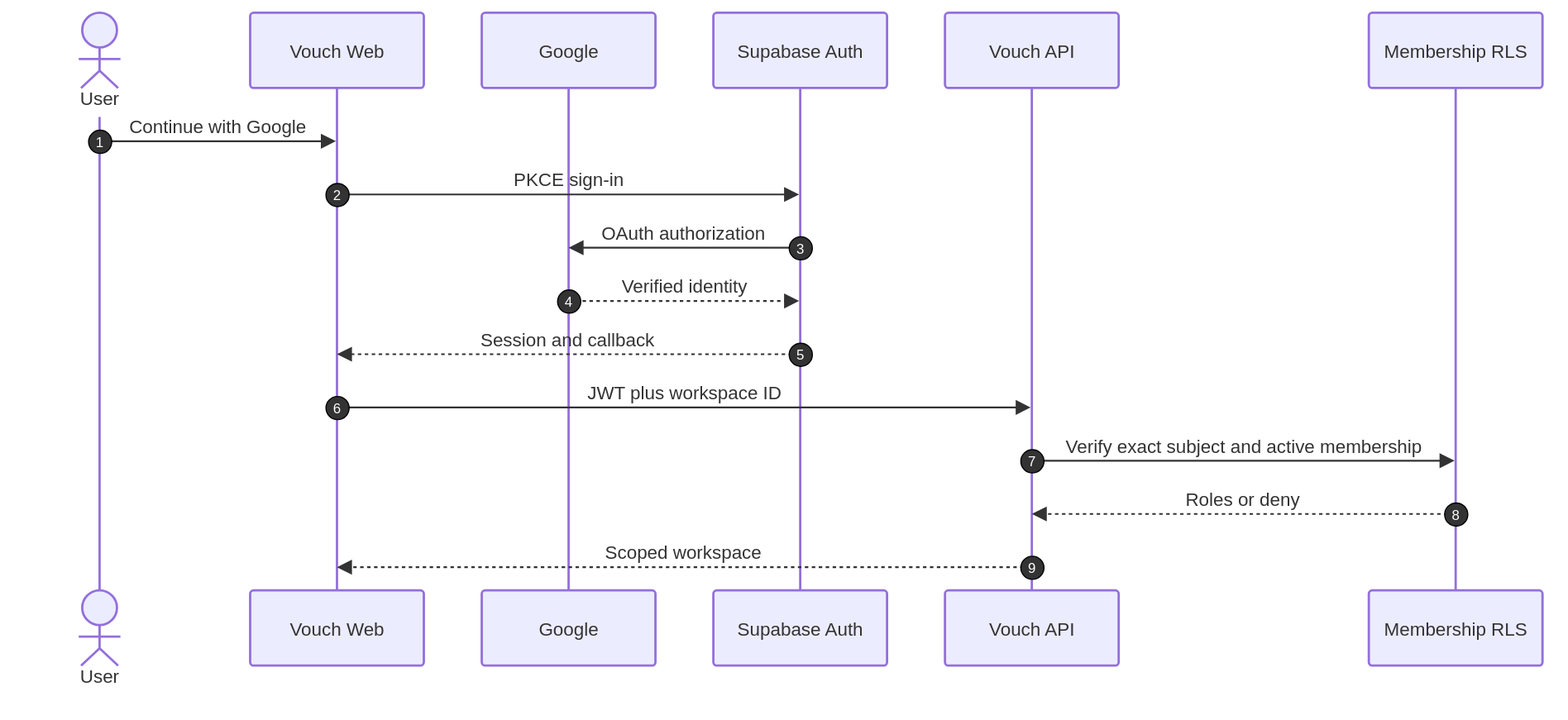
The draw.io diagram docs/diagrams/04-auth-onboarding.drawio.svg in Alivestars24/Vouch, before a commit. Source tidied: cells renumbered, new cells last; positions are measured from the earlier drawing's top-left corner, leaving out a move shared by most shapes.
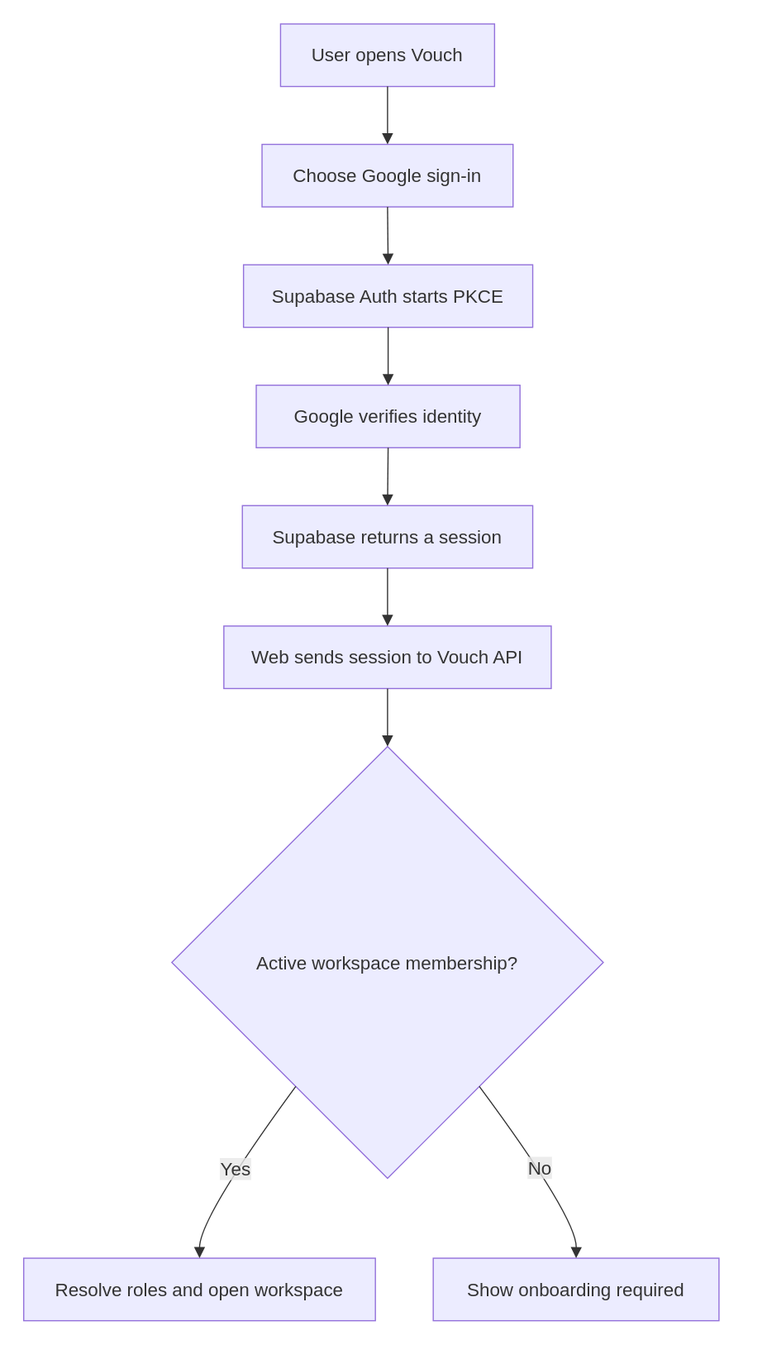
Later version of the same file.

What changed in the source:
```diff
@@ -2,113 +2,64 @@
   <root>
     <mxCell id="0" />
     <mxCell id="1" parent="0" />
-    <mxCell id="2" value="User" style="html=1;shape=umlLifeline;perimeter=lifelinePerimeter;whiteSpace=wrap;outlineConnect=0;portConstraint=eastwest;newEdgeStyle={&quot;edgeStyle&quot;:&quot;sequenceEdgeStyle&quot;,&quot;libavoidRouting&quot;:0,&quot;curved&quot;:0,&quot;rounded&quot;:0};lifelineDashed=0;strokeWidth=2;rounded=1;absoluteArcSize=1;arcSize=6;lifelineColor=light-dark(#9370DB,#cccccc);participant=seqActorStick;verticalAlign=bottom;align=center;spacingBottom=4;size=90;lifelineMirror=1;fillColor=light-dark(#ECECFF,#1f2020);strokeColor=light-dark(#9370DB,#cccccc);fontColor=light-dark(#333333,#cccccc);fontFamily=Trebuchet MS,Verdana,Arial,sans-serif;fontSize=16;" parent="1" vertex="1">
-      <mxGeometry width="150" height="589" as="geometry" />
+    <mxCell id="2" value="User opens Vouch" style="html=1;whiteSpace=wrap;strokeWidth=1;fillColor=light-dark(#ECECFF,#1f2020);strokeColor=light-dark(#9370DB,#cccccc);fontColor=light-dark(#333333,#cccccc);fontFamily=Trebuchet MS,Verdana,Arial,sans-serif;fontSize=16;" parent="1" vertex="1">
+      <mxGeometry x="230" y="8" width="185" height="54" as="geometry" />
     </mxCell>
-    <mxCell id="3" value="Vouch Web" style="html=1;shape=umlLifeline;perimeter=lifelinePerimeter;whiteSpace=wrap;outlineConnect=0;portConstraint=eastwest;newEdgeStyle={&quot;edgeStyle&quot;:&quot;sequenceEdgeStyle&quot;,&quot;libavoidRouting&quot;:0,&quot;curved&quot;:0,&quot;rounded&quot;:0};lifelineDashed=0;strokeWidth=2;rounded=1;absoluteArcSize=1;arcSize=6;lifelineColor=light-dark(#9370DB,#cccccc);size=65;lifelineMirror=1;fillColor=light-dark(#ECECFF,#1f2020);strokeColor=light-dark(#9370DB,#cccccc);fontColor=light-dark(#333333,#cccccc);fontFamily=Trebuchet MS,Verdana,Arial,sans-serif;fontSize=16;" parent="1" vertex="1">
-      <mxGeometry x="205" width="150" height="564" as="geometry" />
+    <mxCell id="3" value="Choose Google sign-in" style="html=1;whiteSpace=wrap;strokeWidth=1;fillColor=light-dark(#ECECFF,#1f2020);strokeColor=light-dark(#9370DB,#cccccc);fontColor=light-dark(#333333,#cccccc);fontFamily=Trebuchet MS,Verdana,Arial,sans-serif;fontSize=16;" parent="1" vertex="1">
+      <mxGeometry x="214" y="112" width="217" height="54" as="geometry" />
     </mxCell>
-    <mxCell id="4" value="Google" style="html=1;shape=umlLifeline;perimeter=lifelinePerimeter;whiteSpace=wrap;outlineConnect=0;portConstraint=eastwest;newEdgeStyle={&quot;edgeStyle&quot;:&quot;sequenceEdgeStyle&quot;,&quot;libavoidRouting&quot;:0,&quot;curved&quot;:0,&quot;rounded&quot;:0};lifelineDashed=0;strokeWidth=2;rounded=1;absoluteArcSize=1;arcSize=6;lifelineColor=light-dark(#9370DB,#cccccc);size=65;lifelineMirror=1;fillColor=light-dark(#ECECFF,#1f2020);strokeColor=light-dark(#9370DB,#cccccc);fontColor=light-dark(#333333,#cccccc);fontFamily=Trebuchet MS,Verdana,Arial,sans-serif;fontSize=16;" parent="1" vertex="1">
-      <mxGeometry x="405" width="150" height="564" as="geometry" />
+    <mxCell id="4" value="Supabase Auth starts PKCE" style="html=1;whiteSpace=wrap;strokeWidth=1;fillColor=light-dark(#ECECFF,#1f2020);strokeColor=light-dark(#9370DB,#cccccc);fontColor=light-dark(#333333,#cccccc);fontFamily=Trebuchet MS,Verdana,Arial,sans-serif;fontSize=16;" parent="1" vertex="1">
+      <mxGeometry x="198" y="216" width="250" height="54" as="geometry" />
     </mxCell>
-    <mxCell id="5" value="Supabase Auth" style="html=1;shape=umlLifeline;perimeter=lifelinePerimeter;whiteSpace=wrap;outlineConnect=0;portConstraint=eastwest;newEdgeStyle={&quot;edgeStyle&quot;:&quot;sequenceEdgeStyle&quot;,&quot;libavoidRouting&quot;:0,&quot;curved&quot;:0,&quot;rounded&quot;:0};lifelineDashed=0;strokeWidth=2;rounded=1;absoluteArcSize=1;arcSize=6;lifelineColor=light-dark(#9370DB,#cccccc);size=65;lifelineMirror=1;fillColor=light-dark(#ECECFF,#1f2020);strokeColor=light-dark(#9370DB,#cccccc);fontColor=light-dark(#333333,#cccccc);fontFamily=Trebuchet MS,Verdana,Arial,sans-serif;fontSize=16;" parent="1" vertex="1">
-      <mxGeometry x="605" width="150" height="564" as="geometry" />
+    <mxCell id="5" value="Google verifies identity" style="html=1;whiteSpace=wrap;strokeWidth=1;fillColor=light-dark(#ECECFF,#1f2020);strokeColor=light-dark(#9370DB,#cccccc);fontColor=light-dark(#333333,#cccccc);fontFamily=Trebuchet MS,Verdana,Arial,sans-serif;fontSize=16;" parent="1" vertex="1">
+      <mxGeometry x="209" y="320" width="228" height="54" as="geometry" />
     </mxCell>
-    <mxCell id="6" value="Vouch API" style="html=1;shape=umlLifeline;perimeter=lifelinePerimeter;whiteSpace=wrap;outlineConnect=0;portConstraint=eastwest;newEdgeStyle={&quot;edgeStyle&quot;:&quot;sequenceEdgeStyle&quot;,&quot;libavoidRouting&quot;:0,&quot;curved&quot;:0,&quot;rounded&quot;:0};lifelineDashed=0;strokeWidth=2;rounded=1;absoluteArcSize=1;arcSize=6;lifelineColor=light-dark(#9370DB,#cccccc);size=65;lifelineMirror=1;fillColor=light-dark(#ECECFF,#1f2020);strokeColor=light-dark(#9370DB,#cccccc);fontColor=light-dark(#333333,#cccccc);fontFamily=Trebuchet MS,Verdana,Arial,sans-serif;fontSize=16;" parent="1" vertex="1">
-      <mxGeometry x="805" width="150" height="564" as="geometry" />
+    <mxCell id="6" value="Supabase returns a session" style="html=1;whiteSpace=wrap;strokeWidth=1;fillColor=light-dark(#ECECFF,#1f2020);strokeColor=light-dark(#9370DB,#cccccc);fontColor=light-dark(#333333,#cccccc);fontFamily=Trebuchet MS,Verdana,Arial,sans-serif;fontSize=16;" parent="1" vertex="1">
+      <mxGeometry x="197" y="424" width="251" height="54" as="geometry" />
     </mxCell>
-    <mxCell id="7" value="Membership RLS" style="html=1;shape=umlLifeline;perimeter=lifelinePerimeter;whiteSpace=wrap;outlineConnect=0;portConstraint=eastwest;newEdgeStyle={&quot;edgeStyle&quot;:&quot;sequenceEdgeStyle&quot;,&quot;libavoidRouting&quot;:0,&quot;curved&quot;:0,&quot;rounded&quot;:0};lifelineDashed=0;strokeWidth=2;rounded=1;absoluteArcSize=1;arcSize=6;lifelineColor=light-dark(#9370DB,#cccccc);size=65;lifelineMirror=1;fillColor=light-dark(#ECECFF,#1f2020);strokeColor=light-dark(#9370DB,#cccccc);fontColor=light-dark(#333333,#cccccc);fontFamily=Trebuchet MS,Verdana,Arial,sans-serif;fontSize=16;" parent="1" vertex="1">
-      <mxGeometry x="1171" width="150" height="564" as="geometry" />
+    <mxCell id="7" value="Web sends session to Vouch API" style="html=1;whiteSpace=wrap;strokeWidth=1;fillColor=light-dark(#ECECFF,#1f2020);strokeColor=light-dark(#9370DB,#cccccc);fontColor=light-dark(#333333,#cccccc);fontFamily=Trebuchet MS,Verdana,Arial,sans-serif;fontSize=16;" parent="1" vertex="1">
+      <mxGeometry x="181" y="528" width="283" height="54" as="geometry" />
     </mxCell>
-    <mxCell id="8" value="Continue with Google" style="endArrow=block;endSize=9;verticalAlign=bottom;spacingBottom=2;edgeStyle=sequenceEdgeStyle;libavoidRouting=0;curved=0;rounded=0;fontSize=16;labelBackgroundColor=none;strokeWidth=1.5;strokeColor=light-dark(#333333,#cccccc);fontColor=light-dark(#333333,#cccccc);fontFamily=Trebuchet MS,Verdana,Arial,sans-serif;" parent="1" edge="1" source="2" target="3">
-      <mxGeometry relative="1" as="geometry">
-        <Array as="points">
-          <mxPoint x="178" y="111" />
-        </Array>
-      </mxGeometry>
+    <mxCell id="8" value="Active workspace membership?" style="rhombus;html=1;strokeWidth=1;whiteSpace=wrap;fillColor=light-dark(#ECECFF,#1f2020);strokeColor=light-dark(#9370DB,#cccccc);fontColor=light-dark(#333333,#cccccc);fontFamily=Trebuchet MS,Verdana,Arial,sans-serif;fontSize=16;" parent="1" vertex="1">
+      <mxGeometry x="136" y="632" width="373" height="373" as="geometry" />
     </mxCell>
-    <mxCell id="9" value="1" style="ellipse;fillColor=light-dark(#333333,#cccccc);align=center;verticalAlign=middle;fontColor=light-dark(#FFFFFF,#333333);fontSize=12;" parent="1" vertex="1">
-      <mxGeometry x="65" y="101" width="20" height="20" as="geometry" />
+    <mxCell id="9" value="Resolve roles and open workspace" style="html=1;whiteSpace=wrap;strokeWidth=1;fillColor=light-dark(#ECECFF,#1f2020);strokeColor=light-dark(#9370DB,#cccccc);fontColor=light-dark(#333333,#cccccc);fontFamily=Trebuchet MS,Verdana,Arial,sans-serif;fontSize=16;" parent="1" vertex="1">
+      <mxGeometry x="8" y="1074" width="304" height="54" as="geometry" />
     </mxCell>
-    <mxCell id="10" value="PKCE sign-in" style="endArrow=block;endSize=9;verticalAlign=bottom;spacingBottom=2;edgeStyle=sequenceEdgeStyle;libavoidRouting=0;curved=0;rounded=0;fontSize=16;labelBackgroundColor=none;strokeWidth=1.5;strokeColor=light-dark(#333333,#cccccc);fontColor=light-dark(#333333,#cccccc);fontFamily=Trebuchet MS,Verdana,Arial,sans-serif;" parent="1" edge="1" source="3" target="5">
-      <mxGeometry relative="1" as="geometry">
-        <Array as="points">
-          <mxPoint x="480" y="157" />
-        </Array>
-      </mxGeometry>
+    <mxCell id="10" value="Show onboarding required" style="html=1;whiteSpace=wrap;strokeWidth=1;fillColor=light-dark(#ECECFF,#1f2020);strokeColor=light-dark(#9370DB,#cccccc);fontColor=light-dark(#333333,#cccccc);fontFamily=Trebuchet MS,Verdana,Arial,sans-serif;fontSize=16;" parent="1" vertex="1">
+      <mxGeometry x="362" y="1074" width="247" height="54" as="geometry" />
     </mxCell>
-    <mxCell id="11" value="2" style="ellipse;fillColor=light-dark(#333333,#cccccc);align=center;verticalAlign=middle;fontColor=light-dark(#FFFFFF,#333333);fontSize=12;" parent="1" vertex="1">
-      <mxGeometry x="270" y="147" width="20" height="20" as="geometry" />
+    <mxCell id="11" style="curved=1;startArrow=none;endArrow=block;endSize=7;strokeColor=light-dark(#333333,#cccccc);exitX=0.5;exitY=1;entryX=0.5;entryY=0;" parent="1" edge="1" source="2" target="3">
+      <mxGeometry relative="1" as="geometry" />
     </mxCell>
-    <mxCell id="12" value="OAuth authorization" style="endArrow=block;endSize=9;verticalAlign=bottom;spacingBottom=2;edgeStyle=sequenceEdgeStyle;libavoidRouting=0;curved=0;rounded=0;fontSize=16;labelBackgroundColor=none;strokeWidth=1.5;strokeColor=light-dark(#333333,#cccccc);fontColor=light-dark(#333333,#cccccc);fontFamily=Trebuchet MS,Verdana,Arial,sans-serif;" parent="1" edge="1" source="5" target="4">
-      <mxGeometry relative="1" as="geometry">
-        <Array as="points">
-          <mxPoint x="580" y="203" />
-        </Array>
-      </mxGeometry>
+    <mxCell id="12" style="curved=1;startArrow=none;endArrow=block;endSize=7;strokeColor=light-dark(#333333,#cccccc);exitX=0.5;exitY=1;entryX=0.5;entryY=0;" parent="1" edge="1" source="3" target="4">
+      <mxGeometry relative="1" as="geometry" />
     </mxCell>
-    <mxCell id="13" value="3" style="ellipse;fillColor=light-dark(#333333,#cccccc);align=center;verticalAlign=middle;fontColor=light-dark(#FFFFFF,#333333);fontSize=12;" parent="1" vertex="1">
-      <mxGeometry x="670" y="193" width="20" height="20" as="geometry" />
+    <mxCell id="13" style="curved=1;startArrow=none;endArrow=block;endSize=7;strokeColor=light-dark(#333333,#cccccc);exitX=0.5;exitY=1;entryX=0.5;entryY=0;" parent="1" edge="1" source="4" target="5">
+      <mxGeometry relative="1" as="geometry" />
     </mxCell>
-    <mxCell id="14" value="Verified identity" style="dashed=1;fixDash=1;dashPattern=3 3;endArrow=block;endSize=9;verticalAlign=bottom;spacingBottom=2;edgeStyle=sequenceEdgeStyle;libavoidRouting=0;curved=0;rounded=0;fontSize=16;labelBackgroundColor=none;strokeWidth=1.5;strokeColor=light-dark(#333333,#cccccc);fontColor=light-dark(#333333,#cccccc);fontFamily=Trebuchet MS,Verdana,Arial,sans-serif;" parent="1" edge="1" source="4" target="5">
-      <mxGeometry relative="1" as="geometry">
-        <Array as="points">
-          <mxPoint x="580" y="249" />
-        </Array>
-      </mxGeometry>
+    <mxCell id="14" style="curved=1;startArrow=none;endArrow=block;endSize=7;strokeColor=light-dark(#333333,#cccccc);exitX=0.5;exitY=1;entryX=0.5;entryY=0;" parent="1" edge="1" source="5" target="6">
+      <mxGeometry relative="1" as="geometry" />
     </mxCell>
-    <mxCell id="15" value="4" style="ellipse;fillColor=light-dark(#333333,#cccccc);align=center;verticalAlign=middle;fontColor=light-dark(#FFFFFF,#333333);fontSize=12;" parent="1" vertex="1">
-      <mxGeometry x="470" y="239" width="20" height="20" as="geometry" />
+    <mxCell id="15" style="curved=1;startArrow=none;endArrow=block;endSize=7;strokeColor=light-dark(#333333,#cccccc);exitX=0.5;exitY=1;entryX=0.5;entryY=0;" parent="1" edge="1" source="6" target="7">
+      <mxGeometry relative="1" as="geometry" />
     </mxCell>
-    <mxCell id="16" value="Session and callback" style="dashed=1;fixDash=1;dashPattern=3 3;endArrow=block;endSize=9;verticalAlign=bottom;spacingBottom=2;edgeStyle=sequenceEdgeStyle;libavoidRouting=0;curved=0;rounded=0;fontSize=16;labelBackgroundColor=none;strokeWidth=1.5;strokeColor=light-dark(#333333,#cccccc);fontColor=light-dark(#333333,#cccccc);fontFamily=Trebuchet MS,Verdana,Arial,sans-serif;" parent="1" edge="1" source="5" target="3">
-      <mxGeometry relative="1" as="geometry">
-        <Array as="points">
-          <mxPoint x="480" y="295" />
-        </Array>
-      </mxGeometry>
+    <mxCell id="16" style="curved=1;startArrow=none;endArrow=block;endSize=7;strokeColor=light-dark(#333333,#cccccc);exitX=0.5;exitY=1;entryX=0.5;entryY=0;" parent="1" edge="1" source="7" target="8">
+      <mxGeometry relative="1" as="geometry" />
     </mxCell>
-    <mxCell id="17" value="5" style="ellipse;fillColor=light-dark(#333333,#cccccc);align=center;verticalAlign=middle;fontColor=light-dark(#FFFFFF,#333333);fontSize=12;" parent="1" vertex="1">
-      <mxGeometry x="670" y="285" width="20" height="20" as="geometry" />
+    <mxCell id="17" value="Yes" style="curved=1;startArrow=none;endArrow=block;endSize=7;strokeColor=light-dark(#333333,#cccccc);html=1;fontSize=16;labelBackgroundColor=light-dark(#E8E8E88D,#2a2a2a8D);fontFamily=Trebuchet MS,Verdana,Arial,sans-serif;fontColor=light-dark(#333333,#cccccc);exitX=0.13;exitY=1;entryX=0.5;entryY=0;" parent="1" edge="1" source="8" target="9">
+      <mxGeometry relative="1" as="geometry">
+        <Array as="points">
+          <mxPoint x="160" y="1039" />
+        </Array>
+      </mxGeometry>
     </mxCell>
-    <mxCell id="18" value="JWT plus workspace ID" style="endArrow=block;endSize=9;verticalAlign=bottom;spacingBottom=2;edgeStyle=sequenceEdgeStyle;libavoidRouting=0;curved=0;rounded=0;fontSize=16;labelBackgroundColor=none;strokeWidth=1.5;strokeColor=light-dark(#333333,#cccccc);fontColor=light-dark(#333333,#cccccc);fontFamily=Trebuchet MS,Verdana,Arial,sans-serif;" parent="1" edge="1" source="3" target="6">
+    <mxCell id="18" value="No" style="curved=1;startArrow=none;endArrow=block;endSize=7;strokeColor=light-dark(#333333,#cccccc);html=1;fontSize=16;labelBackgroundColor=light-dark(#E8E8E88D,#2a2a2a8D);fontFamily=Trebuchet MS,Verdana,Arial,sans-serif;fontColor=light-dark(#333333,#cccccc);exitX=0.87;exitY=1;entryX=0.5;entryY=0;" parent="1" edge="1" source="8" target="10">
       <mxGeometry relative="1" as="geometry">
         <Array as="points">
-          <mxPoint x="580" y="341" />
+          <mxPoint x="486" y="1039" />
         </Array>
       </mxGeometry>
     </mxCell>
-    <mxCell id="19" value="6" style="ellipse;fillColor=light-dark(#333333,#cccccc);align=center;verticalAlign=middle;fontColor=light-dark(#FFFFFF,#333333);fontSize=12;" parent="1" vertex="1">
-      <mxGeometry x="270" y="331" width="20" height="20" as="geometry" />
-    </mxCell>
-    <mxCell id="20" value="Verify exact subject and active membership" style="endArrow=block;endSize=9;verticalAlign=bottom;spacingBottom=2;edgeStyle=sequenceEdgeStyle;libavoidRouting=0;curved=0;rounded=0;fontSize=16;labelBackgroundColor=none;strokeWidth=1.5;strokeColor=light-dark(#333333,#cccccc);fontColor=light-dark(#333333,#cccccc);fontFamily=Trebuchet MS,Verdana,Arial,sans-serif;" parent="1" edge="1" source="6" target="7">
-      <mxGeometry relative="1" as="geometry">
-        <Array as="points">
-          <mxPoint x="1063" y="387" />
-        </Array>
-      </mxGeometry>
-    </mxCell>
-    <mxCell id="21" value="7" style="ellipse;fillColor=light-dark(#333333,#cccccc);align=center;verticalAlign=middle;fontColor=light-dark(#FFFFFF,#333333);fontSize=12;" parent="1" vertex="1">
-      <mxGeometry x="870" y="377" width="20" height="20" as="geometry" />
-    </mxCell>
-    <mxCell id="22" value="Roles or deny" style="dashed=1;fixDash=1;dashPattern=3 3;endArrow=block;endSize=9;verticalAlign=bottom;spacingBottom=2;edgeStyle=sequenceEdgeStyle;libavoidRouting=0;curved=0;rounded=0;fontSize=16;labelBackgroundColor=none;strokeWidth=1.5;strokeColor=light-dark(#333333,#cccccc);fontColor=light-dark(#333333,#cccccc);fontFamily=Trebuchet MS,Verdana,Arial,sans-serif;" parent="1" edge="1" source="7" target="6">
-      <mxGeometry relative="1" as="geometry">
-        <Array as="points">
-          <mxPoint x="1063" y="433" />
-        </Array>
-      </mxGeometry>
-    </mxCell>
-    <mxCell id="23" value="8" style="ellipse;fillColor=light-dark(#333333,#cccccc);align=center;verticalAlign=middle;fontColor=light-dark(#FFFFFF,#333333);fontSize=12;" parent="1" vertex="1">
-      <mxGeometry x="1236" y="423" width="20" height="20" as="geometry" />
-    </mxCell>
-    <mxCell id="24" value="Scoped workspace" style="dashed=1;fixDash=1;dashPattern=3 3;endArrow=block;endSize=9;verticalAlign=bottom;spacingBottom=2;edgeStyle=sequenceEdgeStyle;libavoidRouting=0;curved=0;rounded=0;fontSize=16;labelBackgroundColor=none;strokeWidth=1.5;strokeColor=light-dark(#333333,#cccccc);fontColor=light-dark(#333333,#cccccc);fontFamily=Trebuchet MS,Verdana,Arial,sans-serif;" parent="1" edge="1" source="6" target="3">
-      <mxGeometry relative="1" as="geometry">
-        <Array as="points">
-          <mxPoint x="580" y="479" />
-        </Array>
-      </mxGeometry>
-    </mxCell>
-    <mxCell id="25" value="9" style="ellipse;fillColor=light-dark(#333333,#cccccc);align=center;verticalAlign=middle;fontColor=light-dark(#FFFFFF,#333333);fontSize=12;" parent="1" vertex="1">
-      <mxGeometry x="870" y="469" width="20" height="20" as="geometry" />
-    </mxCell>
   </root>
 </mxGraphModel>
```
